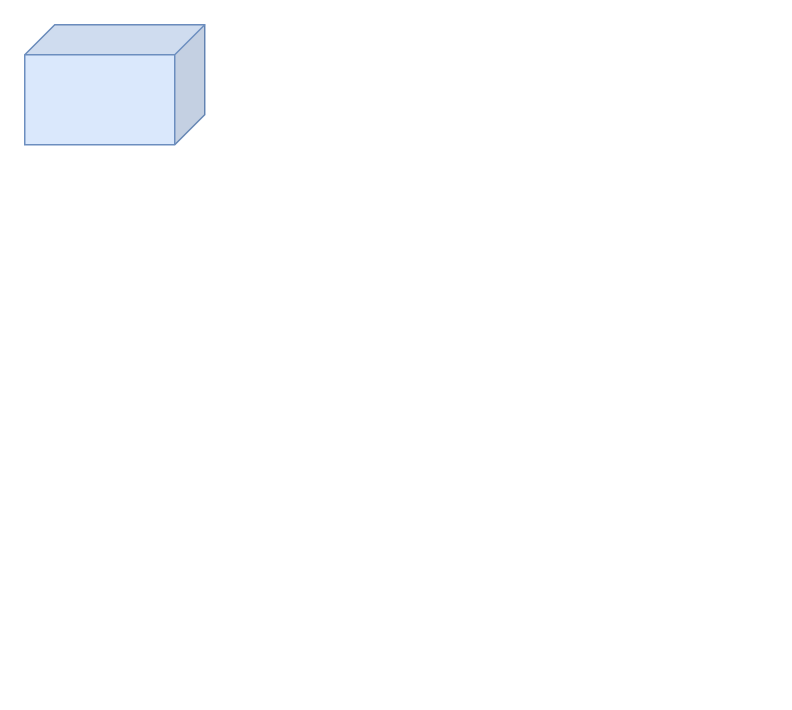
This is Untitled Diagram.drawio from linyuejin/hello-world, a draw.io file, before an edit. Source tidied: cells renumbered, new cells numbered last; positions are measured from the earlier drawing's top-left corner, leaving out a move shared by most shapes. Both pictures are drawn from the tidied source at 150%, with x=0, y=0 at pixel (24, 24).
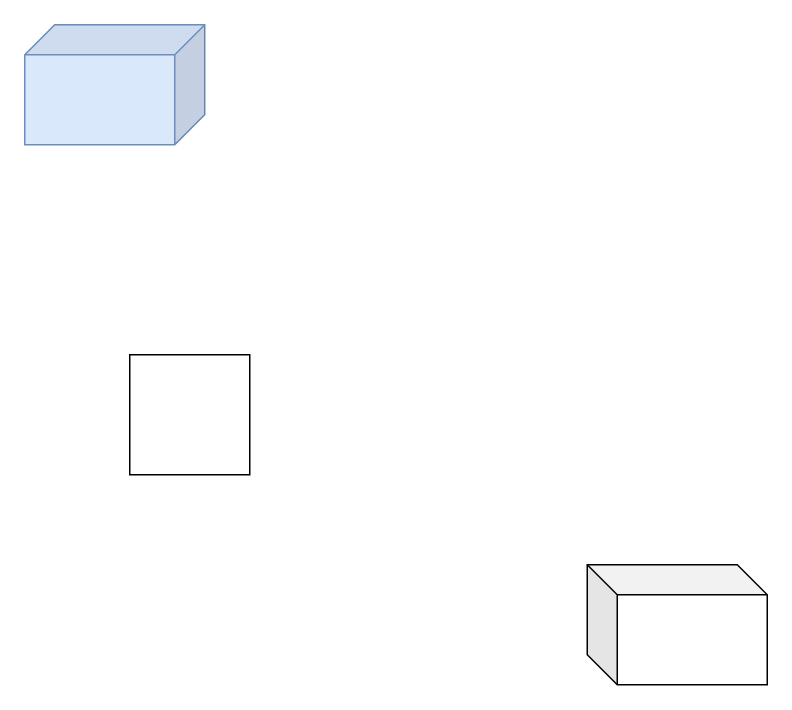
The same page after the edit.

Change to the diagram source:
```diff
@@
 <mxGraphModel>
   <root>
     <mxCell id="0" />
     <mxCell id="1" parent="0" />
     <mxCell id="2" style="shape=cube;whiteSpace=wrap;html=1;boundedLbl=1;backgroundOutline=1;darkOpacity=0.05;darkOpacity2=0.1;fillColor=#dae8fc;strokeColor=#6c8ebf;direction=east;flipH=1;" parent="1" vertex="1">
       <mxGeometry width="120" height="80" as="geometry" />
     </mxCell>
+    <mxCell id="3" style="whiteSpace=wrap;html=1;" parent="1" vertex="1">
+      <mxGeometry x="70" y="220" width="80" height="80" as="geometry" />
+    </mxCell>
+    <mxCell id="4" style="shape=cube;whiteSpace=wrap;html=1;boundedLbl=1;backgroundOutline=1;darkOpacity=0.05;darkOpacity2=0.1;" parent="1" vertex="1">
+      <mxGeometry x="375" y="360" width="120" height="80" as="geometry" />
+    </mxCell>
   </root>
 </mxGraphModel>
```
